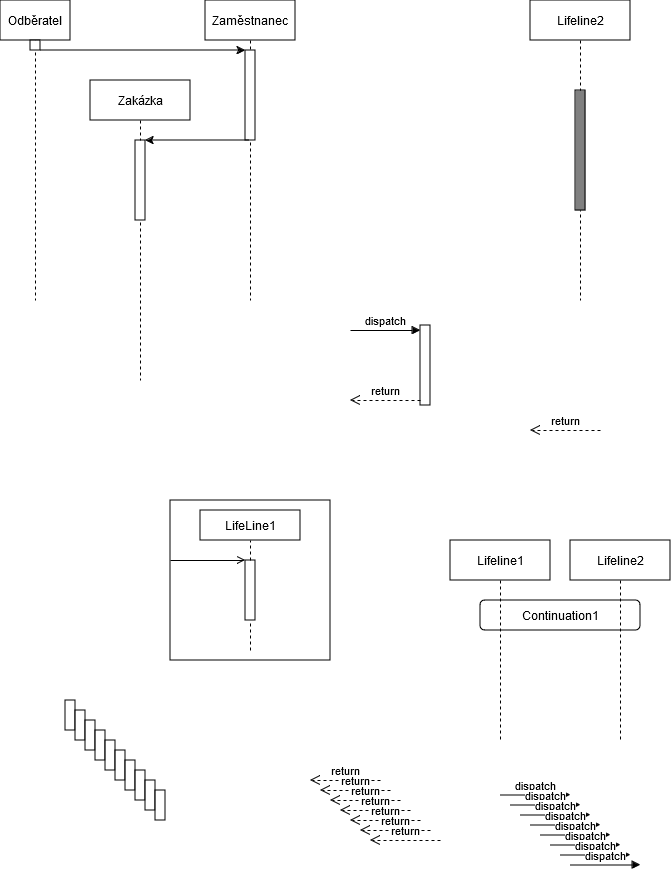
Earlier version of the draw.io export SW_ING/Kosmeticka_tuzka_sekvencni_diagram.png (KarelMasa/pg). Source tidied: cells renumbered, new cells last; positions are measured from the earlier drawing's top-left corner, leaving out a move shared by most shapes.
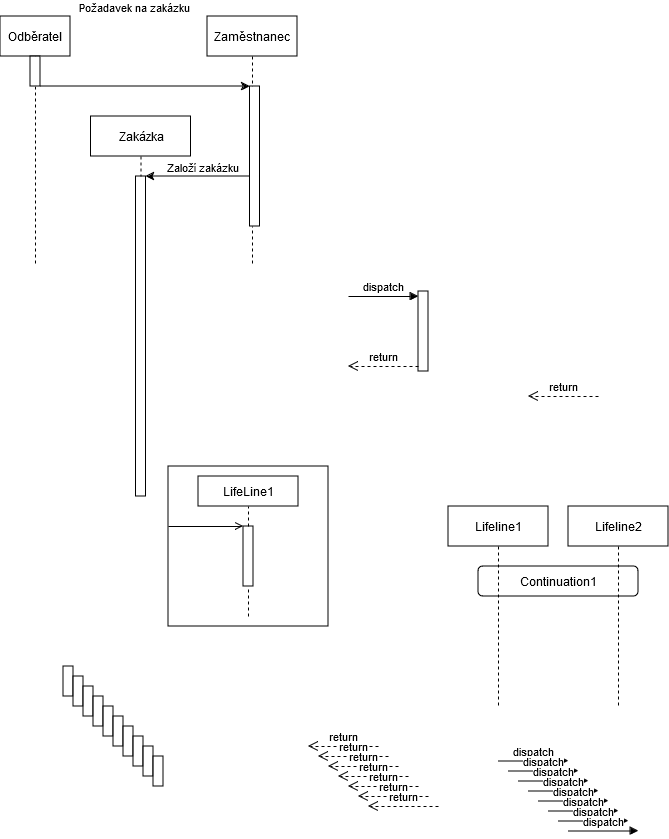
The same diagram one commit later.

What changed in the source:
```diff
@@ -16,28 +16,22 @@
       </mxGeometry>
     </mxCell>
     <mxCell id="5" value="Odběratel" style="shape=umlLifeline;perimeter=lifelinePerimeter;whiteSpace=wrap;html=1;newEdgeStyle={&quot;edgeStyle&quot;:&quot;elbowEdgeStyle&quot;,&quot;elbow&quot;:&quot;vertical&quot;,&quot;curved&quot;:0,&quot;rounded&quot;:0};" parent="1" vertex="1">
-      <mxGeometry width="70" height="300" as="geometry" />
+      <mxGeometry x="2" y="50" width="70" height="250" as="geometry" />
     </mxCell>
     <mxCell id="6" style="html=1;points=[[0,0,0,0,5],[0,1,0,0,-5],[1,0,0,0,5],[1,1,0,0,-5]];perimeter=orthogonalPerimeter;outlineConnect=0;targetShapes=umlLifeline;portConstraint=eastwest;newEdgeStyle={&quot;curved&quot;:0,&quot;rounded&quot;:0};" parent="5" vertex="1">
-      <mxGeometry x="30" y="40" width="10" height="10" as="geometry" />
+      <mxGeometry x="30" y="40" width="10" height="30" as="geometry" />
     </mxCell>
     <mxCell id="7" value="Zaměstnanec" style="shape=umlLifeline;perimeter=lifelinePerimeter;whiteSpace=wrap;html=1;outlineConnect=0;portConstraint=eastwest;newEdgeStyle={&quot;edgeStyle&quot;:&quot;elbowEdgeStyle&quot;,&quot;elbow&quot;:&quot;vertical&quot;,&quot;curved&quot;:0,&quot;rounded&quot;:0};" parent="1" vertex="1">
-      <mxGeometry x="205" width="90" height="300" as="geometry" />
+      <mxGeometry x="209" y="50" width="90" height="250" as="geometry" />
     </mxCell>
     <mxCell id="8" style="html=1;points=[[0,0,0,0,5],[0,1,0,0,-5],[1,0,0,0,5],[1,1,0,0,-5]];perimeter=orthogonalPerimeter;outlineConnect=0;targetShapes=umlLifeline;portConstraint=eastwest;newEdgeStyle={&quot;curved&quot;:0,&quot;rounded&quot;:0};" parent="7" vertex="1">
-      <mxGeometry x="40" y="50" width="10" height="90" as="geometry" />
+      <mxGeometry x="42.5" y="70" width="10" height="140" as="geometry" />
     </mxCell>
-    <mxCell id="9" value="Lifeline2" style="shape=umlLifeline;perimeter=lifelinePerimeter;whiteSpace=wrap;html=1;newEdgeStyle={&quot;edgeStyle&quot;:&quot;elbowEdgeStyle&quot;,&quot;elbow&quot;:&quot;vertical&quot;,&quot;curved&quot;:0,&quot;rounded&quot;:0};" parent="1" vertex="1">
-      <mxGeometry x="530" width="100" height="300" as="geometry" />
-    </mxCell>
-    <mxCell id="10" style="html=1;perimeter=orthogonalPerimeter;targetShapes=umlLifeline;newEdgeStyle={&quot;curved&quot;:0,&quot;rounded&quot;:0};fillColor=#808080;" parent="9" vertex="1">
-      <mxGeometry x="45" y="90" width="10" height="120" as="geometry" />
-    </mxCell>
     <mxCell id="11" value="Zakázka" style="shape=umlLifeline;perimeter=lifelinePerimeter;whiteSpace=wrap;html=1;newEdgeStyle={&quot;edgeStyle&quot;:&quot;elbowEdgeStyle&quot;,&quot;elbow&quot;:&quot;vertical&quot;,&quot;curved&quot;:0,&quot;rounded&quot;:0};" parent="1" vertex="1">
-      <mxGeometry x="90" y="80" width="100" height="300" as="geometry" />
+      <mxGeometry x="92.5" y="150" width="100" height="380" as="geometry" />
     </mxCell>
     <mxCell id="12" style="html=1;points=[[0,0,0,0,5],[0,1,0,0,-5],[1,0,0,0,5],[1,1,0,0,-5]];perimeter=orthogonalPerimeter;outlineConnect=0;targetShapes=umlLifeline;portConstraint=eastwest;newEdgeStyle={&quot;curved&quot;:0,&quot;rounded&quot;:0};" parent="11" vertex="1">
-      <mxGeometry x="45" y="60" width="10" height="80" as="geometry" />
+      <mxGeometry x="45" y="60" width="10" height="320" as="geometry" />
     </mxCell>
     <mxCell id="13" value="Continuation1" style="rounded=1;dashed=0;whiteSpace=wrap;html=1;" parent="1" vertex="1">
       <mxGeometry x="480" y="600" width="160" height="30" as="geometry" />
@@ -197,21 +191,31 @@
         <mxPoint x="640" y="864.5" as="targetPoint" />
       </mxGeometry>
     </mxCell>
-    <mxCell id="48" style="edgeStyle=orthogonalEdgeStyle;rounded=0;jettySize=auto;html=1;curved=0;" parent="1" edge="1" source="7" target="12">
+    <mxCell id="48" style="edgeStyle=orthogonalEdgeStyle;rounded=0;jettySize=auto;html=1;curved=0;" parent="1" edge="1" target="12">
       <mxGeometry relative="1" as="geometry">
+        <mxPoint x="252" y="210" as="sourcePoint" />
         <Array as="points">
-          <mxPoint x="160" y="140" />
-          <mxPoint x="160" y="140" />
+          <mxPoint x="162.5" y="210" />
+          <mxPoint x="162.5" y="210" />
         </Array>
       </mxGeometry>
     </mxCell>
+    <mxCell id="50" value="Založí zakázku" style="edgeLabel;html=1;align=center;verticalAlign=middle;" parent="48" vertex="1">
+      <mxGeometry x="-0.22" y="1" relative="1" as="geometry">
+        <mxPoint x="-9" y="-11" as="offset" />
+      </mxGeometry>
+    </mxCell>
-    <mxCell id="49" style="edgeStyle=orthogonalEdgeStyle;rounded=0;jettySize=auto;html=1;curved=0;" parent="1" edge="1" source="6" target="8">
+    <mxCell id="49" style="edgeStyle=orthogonalEdgeStyle;rounded=0;jettySize=auto;html=1;curved=0;" parent="1" edge="1" target="8">
       <mxGeometry relative="1" as="geometry">
+        <mxPoint x="42.5" y="120" as="sourcePoint" />
         <Array as="points">
-          <mxPoint x="90" y="50" />
-          <mxPoint x="90" y="50" />
+          <mxPoint x="92.5" y="120" />
+          <mxPoint x="92.5" y="120" />
         </Array>
       </mxGeometry>
     </mxCell>
+    <mxCell id="51" value="Požadavek na zakázku" style="edgeLabel;html=1;align=center;verticalAlign=middle;" parent="1" vertex="1">
+      <mxGeometry x="135" y="40" as="geometry" />
+    </mxCell>
   </root>
 </mxGraphModel>
```
